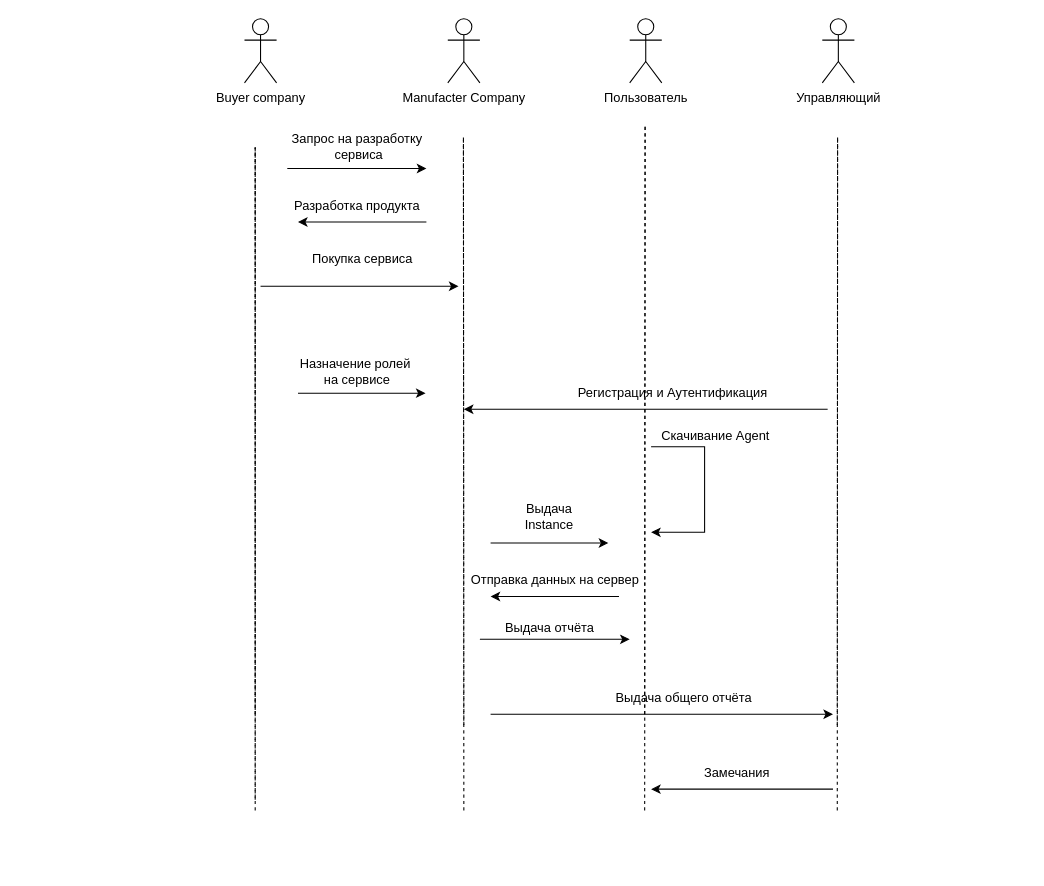
The draw.io diagram СТАРИС/Последовательности.drawio in ARTSXXX/STUDY, before the edit. Source tidied: cells renumbered, new cells numbered last; positions are measured from the earlier drawing's top-left corner, leaving out a move shared by most shapes. Both pictures are drawn from the tidied source at 107%, with x=0, y=0 at pixel (244, 18).
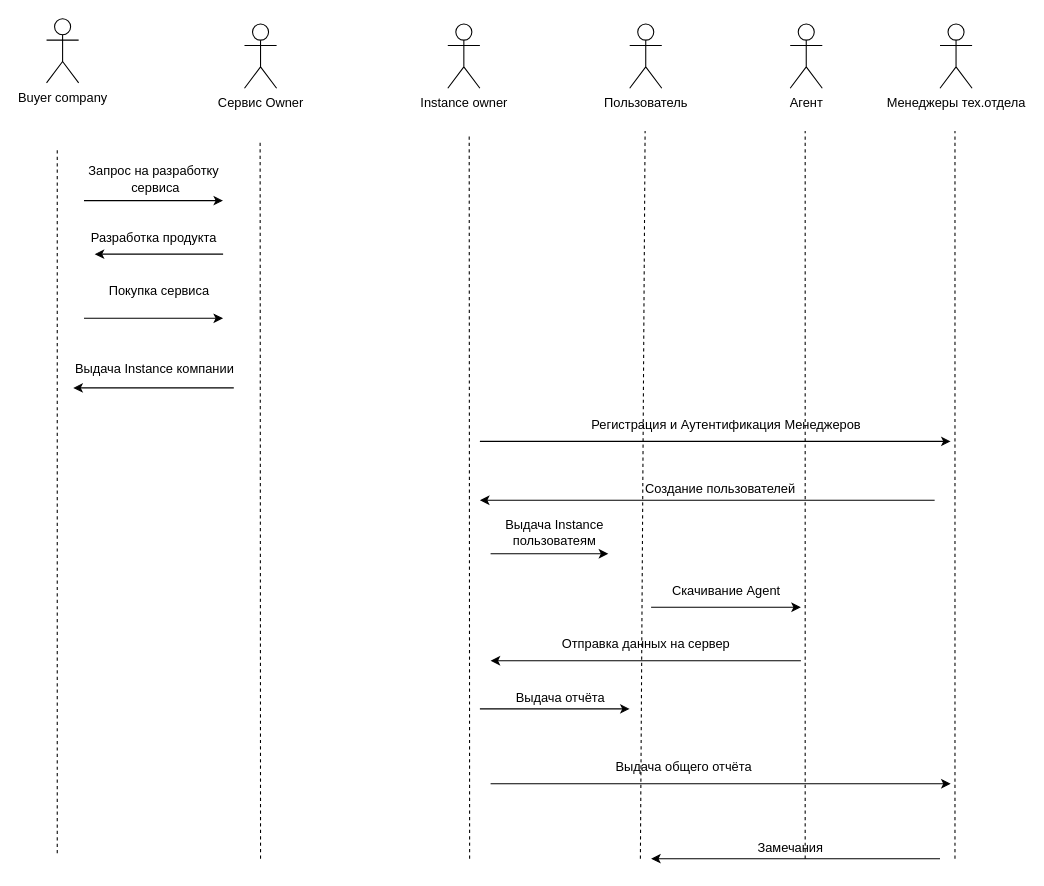
The same diagram, later.

Diff of the diagram source:
```diff
@@
     <mxCell id="2" value="Пользователь" style="shape=umlActor;verticalLabelPosition=bottom;verticalAlign=top;html=1;" parent="1" vertex="1">
-      <mxGeometry x="360" width="30" height="60" as="geometry" />
+      <mxGeometry x="360" y="5" width="30" height="60" as="geometry" />
     </mxCell>
-    <mxCell id="3" value="Управляющий" style="shape=umlActor;verticalLabelPosition=bottom;verticalAlign=top;html=1;" parent="1" vertex="1">
-      <mxGeometry x="540" width="30" height="60" as="geometry" />
+    <mxCell id="3" value="Менеджеры тех.отдела" style="shape=umlActor;verticalLabelPosition=bottom;verticalAlign=top;html=1;" parent="1" vertex="1">
+      <mxGeometry x="650" y="5" width="30" height="60" as="geometry" />
     </mxCell>
-    <mxCell id="4" style="endArrow=none;dashed=1;html=1;rounded=0;" parent="1" edge="1">
-      <mxGeometry relative="1" as="geometry">
-        <mxPoint x="374" y="650" as="sourcePoint" />
-        <mxPoint x="374.4" y="100" as="targetPoint" />
-      </mxGeometry>
-    </mxCell>
-    <mxCell id="5" style="endArrow=none;dashed=1;html=1;rounded=0;" parent="1" edge="1">
-      <mxGeometry relative="1" as="geometry">
-        <mxPoint x="554" y="660" as="sourcePoint" />
-        <mxPoint x="554.3" y="110" as="targetPoint" />
-      </mxGeometry>
-    </mxCell>
     <mxCell id="6" value="Разработка продукта" style="text;html=1;align=center;verticalAlign=middle;strokeColor=none;fillColor=none;" parent="1" vertex="1">
-      <mxGeometry x="35" y="160" width="140" height="30" as="geometry" />
+      <mxGeometry x="-155" y="190" width="140" height="30" as="geometry" />
     </mxCell>
-    <mxCell id="7" value="Manufacter Company" style="shape=umlActor;verticalLabelPosition=bottom;verticalAlign=top;html=1;" parent="1" vertex="1">
-      <mxGeometry x="190" width="30" height="60" as="geometry" />
+    <mxCell id="7" value="Сервис Owner" style="shape=umlActor;verticalLabelPosition=bottom;verticalAlign=top;html=1;" parent="1" vertex="1">
+      <mxGeometry y="5" width="30" height="60" as="geometry" />
     </mxCell>
     <mxCell id="8" style="endArrow=none;dashed=1;html=1;rounded=0;" parent="1" edge="1">
       <mxGeometry relative="1" as="geometry">
-        <mxPoint x="205" y="660" as="sourcePoint" />
-        <mxPoint x="204.6" y="110" as="targetPoint" />
+        <mxPoint x="210.4" y="785" as="sourcePoint" />
+        <mxPoint x="210" y="110" as="targetPoint" />
       </mxGeometry>
     </mxCell>
     <mxCell id="9" value="Buyer company" style="shape=umlActor;verticalLabelPosition=bottom;verticalAlign=top;html=1;" parent="1" vertex="1">
-      <mxGeometry width="30" height="60" as="geometry" />
+      <mxGeometry x="-185" width="30" height="60" as="geometry" />
     </mxCell>
-    <mxCell id="10" style="endArrow=none;dashed=1;html=1;rounded=0;" parent="1" edge="1">
-      <mxGeometry relative="1" as="geometry">
-        <mxPoint x="10" y="650" as="sourcePoint" />
-        <mxPoint x="10" y="120" as="targetPoint" />
-      </mxGeometry>
-    </mxCell>
     <mxCell id="11" style="edgeStyle=segmentEdgeStyle;endArrow=classic;html=1;rounded=0;" parent="1" edge="1">
       <mxGeometry relative="1" as="geometry">
-        <mxPoint x="15" y="250" as="sourcePoint" />
-        <mxPoint x="200" y="250" as="targetPoint" />
+        <mxPoint x="-150" y="280" as="sourcePoint" />
+        <mxPoint x="-20" y="280" as="targetPoint" />
         <Array as="points">
-          <mxPoint x="115" y="250" />
-          <mxPoint x="115" y="250" />
+          <mxPoint x="-75" y="280" />
+          <mxPoint x="-75" y="280" />
         </Array>
       </mxGeometry>
     </mxCell>
     <mxCell id="12" value="Покупка сервиса" style="text;html=1;align=center;verticalAlign=middle;strokeColor=none;fillColor=none;" parent="1" vertex="1">
-      <mxGeometry x="50" y="210" width="120" height="30" as="geometry" />
+      <mxGeometry x="-140" y="240" width="120" height="30" as="geometry" />
     </mxCell>
-    <mxCell id="13" style="endArrow=classic;html=1;rounded=0;entryX=0.994;entryY=0.999;entryDx=0;entryDy=0;entryPerimeter=0;" parent="1" edge="1" target="14">
-      <mxGeometry relative="1" as="geometry">
-        <mxPoint x="50" y="350" as="sourcePoint" />
-      </mxGeometry>
-    </mxCell>
-    <mxCell id="14" value="Назначение ролей&amp;nbsp;&lt;br&gt;на сервисе" style="text;html=1;align=center;verticalAlign=middle;points=[];strokeColor=none;fillColor=none;" parent="1" vertex="1">
-      <mxGeometry x="40" y="310" width="130" height="40" as="geometry" />
-    </mxCell>
     <mxCell id="15" value="Запрос на разработку&lt;br&gt;&amp;nbsp;сервиса" style="text;html=1;align=center;verticalAlign=middle;strokeColor=none;fillColor=none;" parent="1" vertex="1">
-      <mxGeometry x="30" y="100" width="150" height="40" as="geometry" />
+      <mxGeometry x="-160" y="130" width="150" height="40" as="geometry" />
     </mxCell>
     <mxCell id="16" style="endArrow=classic;html=1;rounded=0;" parent="1" edge="1">
       <mxGeometry relative="1" as="geometry">
-        <mxPoint x="230" y="490" as="sourcePoint" />
-        <mxPoint x="340" y="490" as="targetPoint" />
+        <mxPoint x="230" y="500" as="sourcePoint" />
+        <mxPoint x="340" y="500" as="targetPoint" />
       </mxGeometry>
     </mxCell>
-    <mxCell id="17" value="Выдача Instance" style="text;html=1;strokeColor=none;fillColor=none;align=center;verticalAlign=middle;whiteSpace=wrap;rounded=0;" parent="1" vertex="1">
-      <mxGeometry x="250" y="450" width="70" height="30" as="geometry" />
+    <mxCell id="17" value="Выдача Instance пользоватеям" style="text;html=1;strokeColor=none;fillColor=none;align=center;verticalAlign=middle;whiteSpace=wrap;rounded=0;" parent="1" vertex="1">
+      <mxGeometry x="240" y="470" width="100" height="20" as="geometry" />
     </mxCell>
     <mxCell id="18" style="edgeStyle=segmentEdgeStyle;endArrow=classic;html=1;rounded=0;" parent="1" edge="1">
       <mxGeometry relative="1" as="geometry">
-        <mxPoint x="380" y="400" as="sourcePoint" />
-        <mxPoint x="380" y="480" as="targetPoint" />
+        <mxPoint x="380" y="550" as="sourcePoint" />
+        <mxPoint x="520" y="550" as="targetPoint" />
         <Array as="points">
-          <mxPoint x="430" y="400" />
-          <mxPoint x="430" y="480" />
+          <mxPoint x="480" y="550" />
+          <mxPoint x="480" y="550" />
         </Array>
       </mxGeometry>
     </mxCell>
     <mxCell id="19" value="Скачивание Agent" style="text;html=1;align=center;verticalAlign=middle;strokeColor=none;fillColor=none;" parent="1" vertex="1">
-      <mxGeometry x="380" y="375" width="120" height="30" as="geometry" />
+      <mxGeometry x="390" y="520" width="120" height="30" as="geometry" />
     </mxCell>
     <mxCell id="20" style="endArrow=classic;html=1;rounded=0;" parent="1" edge="1">
       <mxGeometry relative="1" as="geometry">
-        <mxPoint x="350" y="540" as="sourcePoint" />
-        <mxPoint x="230" y="540" as="targetPoint" />
+        <mxPoint x="520" y="600" as="sourcePoint" />
+        <mxPoint x="230" y="600" as="targetPoint" />
       </mxGeometry>
     </mxCell>
     <mxCell id="21" value="Отправка данных на сервер" style="text;html=1;align=center;verticalAlign=middle;strokeColor=none;fillColor=none;" parent="1" vertex="1">
-      <mxGeometry x="200" y="510" width="180" height="30" as="geometry" />
+      <mxGeometry x="285" y="570" width="180" height="30" as="geometry" />
     </mxCell>
     <mxCell id="22" style="endArrow=classic;html=1;rounded=0;" parent="1" edge="1">
       <mxGeometry relative="1" as="geometry">
-        <mxPoint x="220" y="580" as="sourcePoint" />
-        <mxPoint x="360" y="580" as="targetPoint" />
+        <mxPoint x="220" y="645" as="sourcePoint" />
+        <mxPoint x="360" y="645" as="targetPoint" />
       </mxGeometry>
     </mxCell>
     <mxCell id="23" value="Выдача отчёта" style="text;html=1;align=center;verticalAlign=middle;strokeColor=none;fillColor=none;" parent="1" vertex="1">
-      <mxGeometry x="230" y="555" width="110" height="30" as="geometry" />
+      <mxGeometry x="240" y="620" width="110" height="30" as="geometry" />
     </mxCell>
     <mxCell id="24" style="endArrow=classic;html=1;rounded=0;" parent="1" edge="1">
       <mxGeometry relative="1" as="geometry">
-        <mxPoint x="230" y="650" as="sourcePoint" />
-        <mxPoint x="550" y="650" as="targetPoint" />
+        <mxPoint x="230" y="715" as="sourcePoint" />
+        <mxPoint x="660" y="715" as="targetPoint" />
       </mxGeometry>
     </mxCell>
     <mxCell id="25" value="Выдача общего отчёта&amp;nbsp;" style="text;html=1;strokeColor=none;fillColor=none;align=center;verticalAlign=middle;whiteSpace=wrap;rounded=0;" parent="1" vertex="1">
-      <mxGeometry x="340" y="620" width="145" height="30" as="geometry" />
+      <mxGeometry x="340" y="685" width="145" height="30" as="geometry" />
     </mxCell>
-    <mxCell id="26" style="endArrow=none;dashed=1;html=1;rounded=0;" parent="1" edge="1">
-      <mxGeometry relative="1" as="geometry">
-        <mxPoint x="10" y="730" as="sourcePoint" />
-        <mxPoint x="10" y="120" as="targetPoint" />
-      </mxGeometry>
-    </mxCell>
     <mxCell id="27" style="endArrow=none;dashed=1;html=1;rounded=0;" parent="1" edge="1">
       <mxGeometry relative="1" as="geometry">
-        <mxPoint x="205" y="740" as="sourcePoint" />
-        <mxPoint x="204.6" y="110" as="targetPoint" />
+        <mxPoint x="15" y="785" as="sourcePoint" />
+        <mxPoint x="14.6" y="115" as="targetPoint" />
       </mxGeometry>
     </mxCell>
     <mxCell id="28" style="endArrow=none;dashed=1;html=1;rounded=0;" parent="1" edge="1">
       <mxGeometry relative="1" as="geometry">
-        <mxPoint x="554" y="740" as="sourcePoint" />
-        <mxPoint x="554.3" y="110" as="targetPoint" />
+        <mxPoint x="664" y="785" as="sourcePoint" />
+        <mxPoint x="664" y="105" as="targetPoint" />
       </mxGeometry>
     </mxCell>
     <mxCell id="29" style="endArrow=none;dashed=1;html=1;rounded=0;" parent="1" edge="1">
       <mxGeometry relative="1" as="geometry">
-        <mxPoint x="10" y="740" as="sourcePoint" />
-        <mxPoint x="10" y="120" as="targetPoint" />
+        <mxPoint x="-175" y="780" as="sourcePoint" />
+        <mxPoint x="-175" y="120" as="targetPoint" />
       </mxGeometry>
     </mxCell>
     <mxCell id="30" style="endArrow=none;dashed=1;html=1;rounded=0;" parent="1" edge="1">
       <mxGeometry relative="1" as="geometry">
-        <mxPoint x="374" y="740" as="sourcePoint" />
-        <mxPoint x="374.4" y="100" as="targetPoint" />
+        <mxPoint x="370" y="785" as="sourcePoint" />
+        <mxPoint x="374.4" y="105" as="targetPoint" />
       </mxGeometry>
     </mxCell>
     <mxCell id="31" style="endArrow=classic;html=1;rounded=0;" parent="1" edge="1">
       <mxGeometry relative="1" as="geometry">
-        <mxPoint x="550" y="720" as="sourcePoint" />
-        <mxPoint x="380" y="720" as="targetPoint" />
+        <mxPoint x="650" y="785" as="sourcePoint" />
+        <mxPoint x="380" y="785" as="targetPoint" />
       </mxGeometry>
     </mxCell>
     <mxCell id="32" value="Замечания" style="text;html=1;align=center;verticalAlign=middle;strokeColor=none;fillColor=none;" parent="1" vertex="1">
-      <mxGeometry x="420" y="690" width="80" height="30" as="geometry" />
+      <mxGeometry x="470" y="760" width="80" height="30" as="geometry" />
     </mxCell>
     <mxCell id="33" style="endArrow=classic;html=1;rounded=0;" parent="1" edge="1">
       <mxGeometry relative="1" as="geometry">
-        <mxPoint x="545" y="365" as="sourcePoint" />
-        <mxPoint x="205" y="365" as="targetPoint" />
+        <mxPoint x="220" y="395" as="sourcePoint" />
+        <mxPoint x="660" y="395" as="targetPoint" />
       </mxGeometry>
     </mxCell>
-    <mxCell id="34" value="Регистрация и Аутентификация" style="text;html=1;align=center;verticalAlign=middle;strokeColor=none;fillColor=none;" parent="1" vertex="1">
-      <mxGeometry x="300" y="335" width="200" height="30" as="geometry" />
+    <mxCell id="34" value="Регистрация и Аутентификация Менеджеров" style="text;html=1;align=center;verticalAlign=middle;strokeColor=none;fillColor=none;" parent="1" vertex="1">
+      <mxGeometry x="310" y="365" width="280" height="30" as="geometry" />
     </mxCell>
     <mxCell id="35" style="endArrow=classic;html=1;rounded=0;" parent="1" edge="1">
       <mxGeometry relative="1" as="geometry">
-        <mxPoint x="40" y="140" as="sourcePoint" />
-        <mxPoint x="170" y="140" as="targetPoint" />
+        <mxPoint x="-150" y="170" as="sourcePoint" />
+        <mxPoint x="-20" y="170" as="targetPoint" />
       </mxGeometry>
     </mxCell>
     <mxCell id="36" style="endArrow=classic;html=1;rounded=0;" parent="1" edge="1">
       <mxGeometry relative="1" as="geometry">
-        <mxPoint x="170" y="190" as="sourcePoint" />
-        <mxPoint x="50" y="190" as="targetPoint" />
+        <mxPoint x="-20" y="220" as="sourcePoint" />
+        <mxPoint x="-140" y="220" as="targetPoint" />
       </mxGeometry>
     </mxCell>
+    <mxCell id="37" value="&lt;div style=&quot;text-align: center;&quot;&gt;&lt;span style=&quot;background-color: initial; font-size: 12px;&quot;&gt;Выдача Instance компании&lt;/span&gt;&lt;/div&gt;" style="text;whiteSpace=wrap;html=1;fontSize=16;" parent="1" vertex="1">
+      <mxGeometry x="-160" y="310" width="160" height="25" as="geometry" />
+    </mxCell>
+    <mxCell id="38" style="endArrow=classic;html=1;rounded=0;" parent="1" edge="1">
+      <mxGeometry relative="1" as="geometry">
+        <mxPoint x="-10" y="345" as="sourcePoint" />
+        <mxPoint x="-160" y="345" as="targetPoint" />
+      </mxGeometry>
+    </mxCell>
+    <mxCell id="39" value="Instance owner" style="shape=umlActor;verticalLabelPosition=bottom;verticalAlign=top;html=1;" parent="1" vertex="1">
+      <mxGeometry x="190" y="5" width="30" height="60" as="geometry" />
+    </mxCell>
+    <mxCell id="40" style="endArrow=classic;html=1;rounded=0;" parent="1" edge="1">
+      <mxGeometry relative="1" as="geometry">
+        <mxPoint x="645" y="450" as="sourcePoint" />
+        <mxPoint x="220" y="450" as="targetPoint" />
+      </mxGeometry>
+    </mxCell>
+    <mxCell id="41" value="Создание пользователей" style="text;html=1;strokeColor=none;fillColor=none;align=center;verticalAlign=middle;whiteSpace=wrap;rounded=0;" parent="1" vertex="1">
+      <mxGeometry x="270" y="430" width="350" height="20" as="geometry" />
+    </mxCell>
+    <mxCell id="42" value="Агент" style="shape=umlActor;verticalLabelPosition=bottom;verticalAlign=top;html=1;" parent="1" vertex="1">
+      <mxGeometry x="510" y="5" width="30" height="60" as="geometry" />
+    </mxCell>
+    <mxCell id="43" style="endArrow=none;dashed=1;html=1;rounded=0;" parent="1" edge="1">
+      <mxGeometry relative="1" as="geometry">
+        <mxPoint x="524" y="785" as="sourcePoint" />
+        <mxPoint x="524" y="105" as="targetPoint" />
+      </mxGeometry>
+    </mxCell>
```
